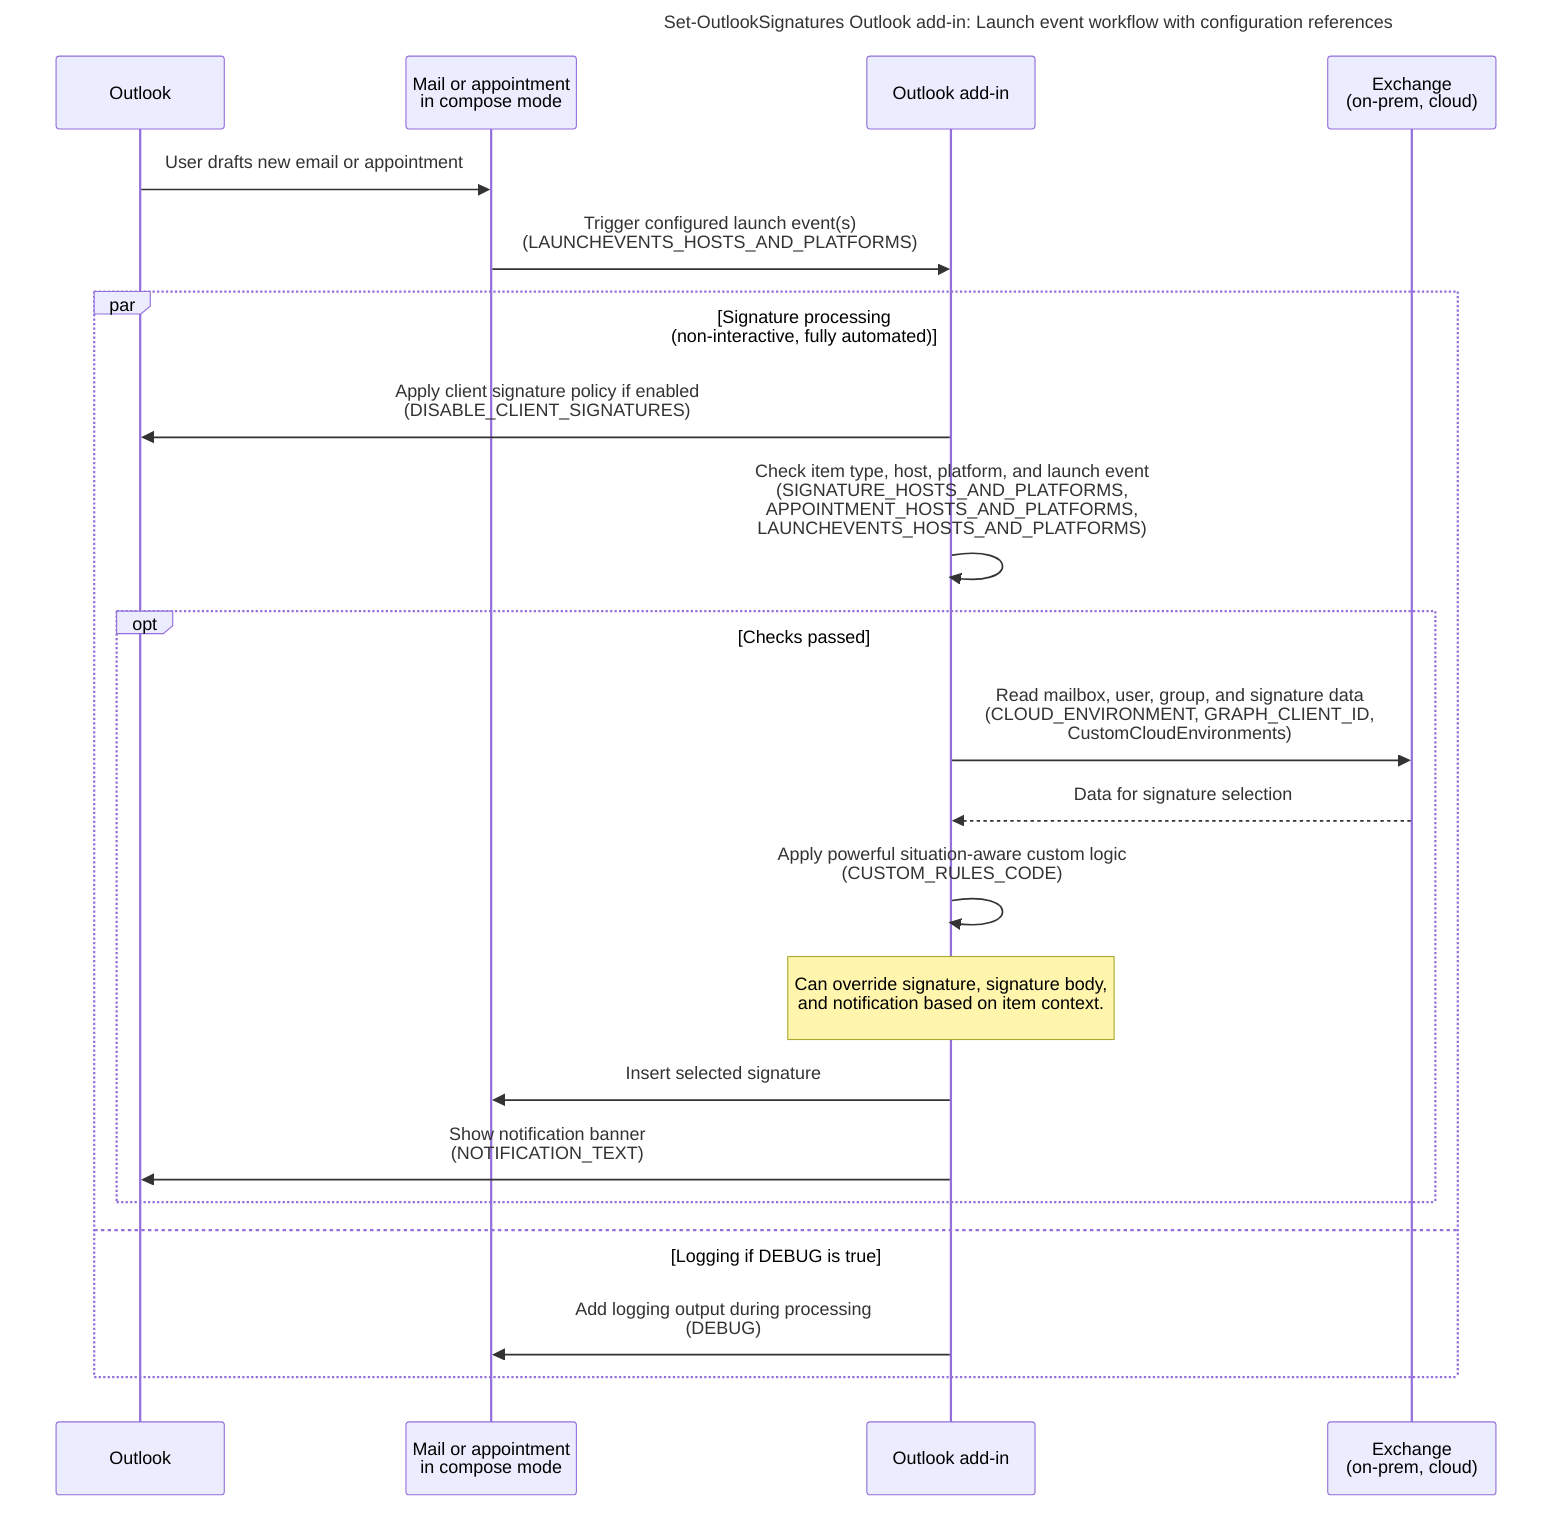
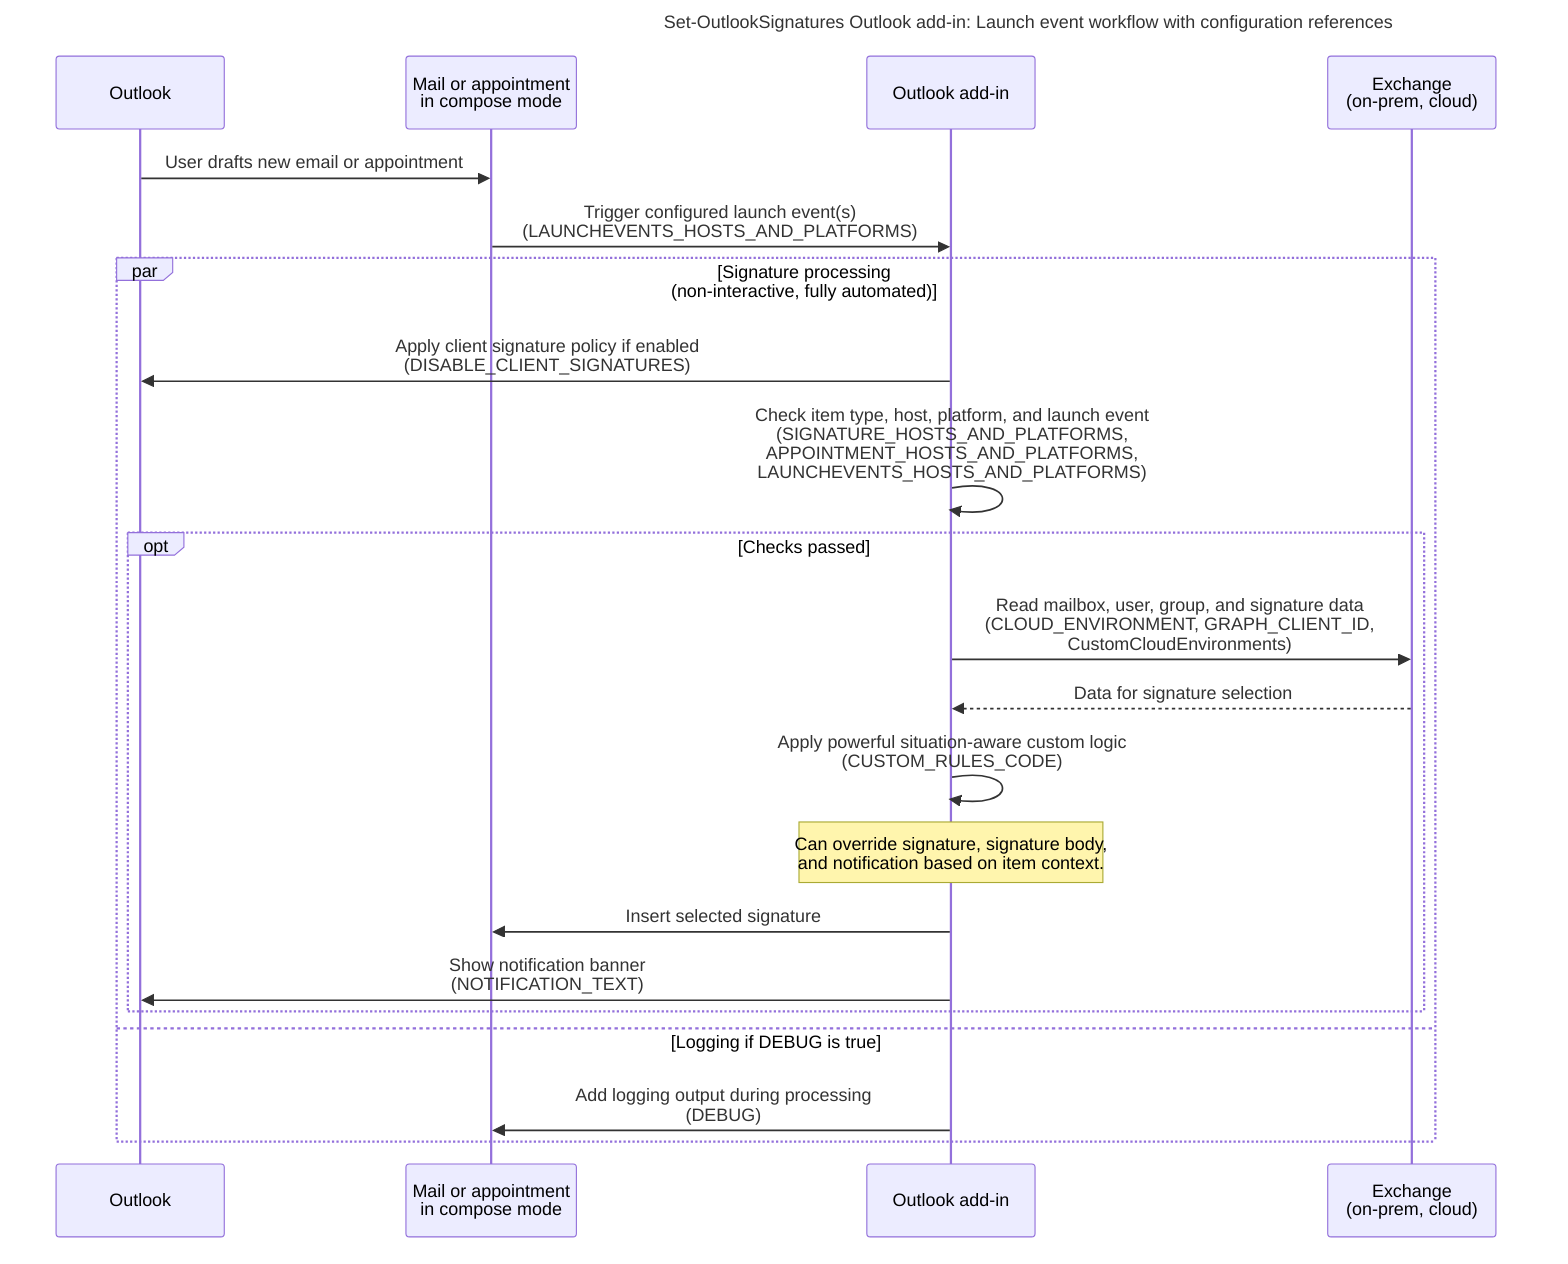
---
title: "Set-OutlookSignatures Outlook add-in: Launch event workflow with configuration references"
config:
  layout: elk
-   sequence:
-     actorPadding: 30
-     noteMargin: 20
-     boxMargin: 20
-     messageMargin: 50
---
sequenceDiagram
    participant Outlook
    participant Item as Mail or appointment<br>in compose mode
    participant AddIn as Outlook add-in
    participant Exchange as Exchange<br>(on-prem, cloud)

    Outlook->>Item: User drafts new email or appointment
    Item->>AddIn: Trigger configured launch event(s)<br>(LAUNCHEVENTS_HOSTS_AND_PLATFORMS)

    par Signature processing<br>(non-interactive, fully automated)
        AddIn->>Outlook: Apply client signature policy if enabled<br>(DISABLE_CLIENT_SIGNATURES)
        AddIn->>AddIn: Check item type, host, platform, and launch event<br>(SIGNATURE_HOSTS_AND_PLATFORMS,<br>APPOINTMENT_HOSTS_AND_PLATFORMS,<br>LAUNCHEVENTS_HOSTS_AND_PLATFORMS)

        opt Checks passed
            AddIn->>Exchange: Read mailbox, user, group, and signature data<br>(CLOUD_ENVIRONMENT, GRAPH_CLIENT_ID,<br>CustomCloudEnvironments)
            Exchange-->>AddIn: Data for signature selection
            AddIn->>AddIn: Apply powerful situation-aware custom logic<br>(CUSTOM_RULES_CODE)
            Note over AddIn: Can override signature, signature body,<br>and notification based on item context.
            AddIn->>Item: Insert selected signature
            AddIn->>Outlook: Show notification banner<br>(NOTIFICATION_TEXT)
        end

    and Logging if DEBUG is true
        AddIn->>Item: Add logging output during processing<br>(DEBUG)
    end